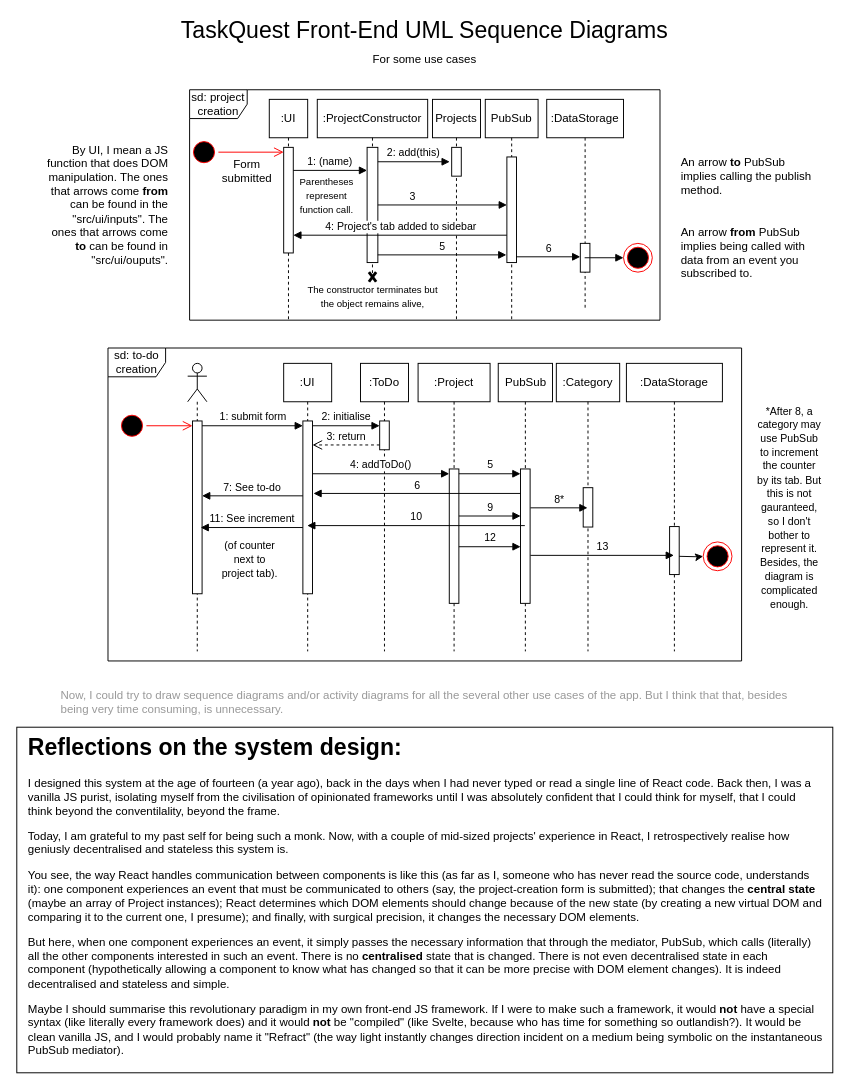
This is TaskQuest-UML-Sequence-Diagrams.drawio from Ariel-Mutebi/Denarius, a draw.io file, before an edit. Source tidied: cells renumbered, new cells numbered last; positions are measured from the earlier drawing's top-left corner, leaving out a move shared by most shapes. Both pictures are drawn from the tidied source at 96%, with x=0, y=0 at pixel (16, 16).
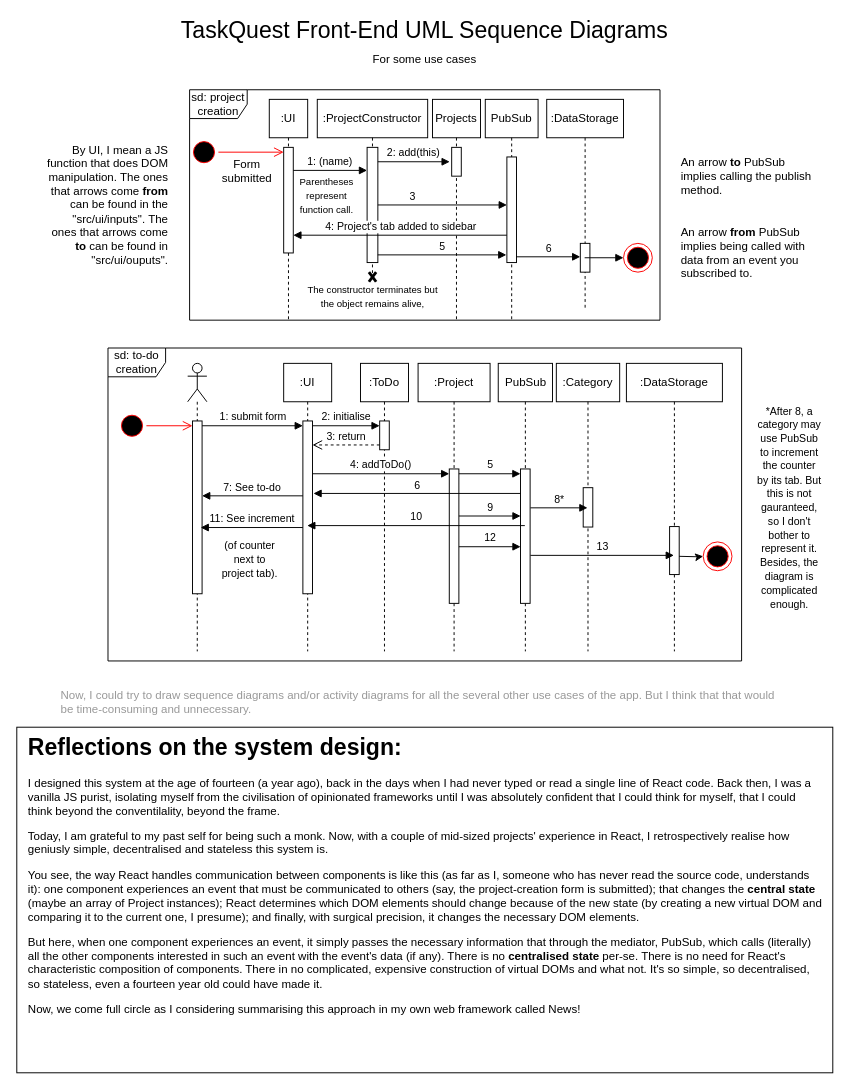
The same page after the edit.

Commit message (it also covers changes not shown here):
Activity Diagrams detailing the data storage system I am yet to implement

Edits to comment on sequence diagrams

What changed in the source:
```diff
@@
-    <mxCell id="66" value="&lt;font color=&quot;#999999&quot;&gt;Now, I could try to draw sequence diagrams and/or activity diagrams for all the several other use cases of the app. But I think that that, besides being very time consuming, is unnecessary.&lt;/font&gt;" style="text;html=1;align=left;verticalAlign=middle;whiteSpace=wrap;rounded=0;" parent="1" vertex="1">
+    <mxCell id="66" value="&lt;font color=&quot;#999999&quot;&gt;Now, I could try to draw sequence diagrams and/or activity diagrams for all the several other use cases of the app. But I think that that would be time-consuming and unnecessary.&lt;/font&gt;" style="text;html=1;align=left;verticalAlign=middle;whiteSpace=wrap;rounded=0;" parent="1" vertex="1">
       <mxGeometry x="44" y="698" width="762" height="32" as="geometry" />
     </mxCell>
@@
-    <mxCell id="68" value="&lt;h1 style=&quot;margin-top: 0px;&quot;&gt;Reflections on the system design:&lt;/h1&gt;&lt;p&gt;I designed this system at the age of fourteen (a year ago), back in the days when I had never typed or read a single line of React code. Back then, I was a vanilla JS purist, isolating myself from the civilisation of opinionated frameworks until I was absolutely confident that I could think for myself, that I could think beyond the conventilality, beyond the frame.&lt;br&gt;&lt;/p&gt;&lt;p&gt;Today, I am grateful to my past self for being such a monk. Now, with a couple of mid-sized projects' experience in React, I retrospectively realise how geniusly decentralised and stateless this system is.&lt;/p&gt;&lt;p&gt;You see, the way React handles communication between components is like this (as far as I, someone who has never read the source code, understands it): one component experiences an event that must be communicated to others (say, the project-creation form is submitted); that changes the &lt;b&gt;central state &lt;/b&gt;(maybe an array of Project instances); React determines which DOM elements should change because of the new state (by creating a new virtual DOM and comparing it to the current one, I presume); and finally, with surgical precision, it changes the necessary DOM elements.&lt;/p&gt;&lt;p&gt;But here, when one component experiences an event, it simply passes the necessary information that through the mediator, PubSub, which calls (literally) all the other components interested in such an event. There is no &lt;b&gt;centralised&lt;/b&gt; state that is changed. There is not even decentralised state in each component (hypothetically allowing a component to know what has changed so that it can be more precise with DOM element changes). It is indeed decentralised and stateless and simple.&lt;/p&gt;&lt;p&gt;Maybe I should summarise this revolutionary paradigm in my own front-end JS framework. If I were to make such a framework, it would &lt;b&gt;not&lt;/b&gt;&amp;nbsp;have a special syntax (like literally every framework does) and it would &lt;b&gt;not&lt;/b&gt; be &quot;compiled&quot; (like Svelte, because who has time for something so outlandish?). It would be clean vanilla JS, and I would probably name it &quot;Refract&quot; (the way light instantly changes direction incident on a medium being symbolic on the instantaneous PubSub mediator).&lt;/p&gt;" style="text;html=1;whiteSpace=wrap;overflow=hidden;rounded=0;" parent="1" vertex="1">
+    <mxCell id="68" value="&lt;h1 style=&quot;margin-top: 0px;&quot;&gt;Reflections on the system design:&lt;/h1&gt;&lt;p&gt;I designed this system at the age of fourteen (a year ago), back in the days when I had never typed or read a single line of React code. Back then, I was a vanilla JS purist, isolating myself from the civilisation of opinionated frameworks until I was absolutely confident that I could think for myself, that I could think beyond the conventilality, beyond the frame.&lt;br&gt;&lt;/p&gt;&lt;p&gt;Today, I am grateful to my past self for being such a monk. Now, with a couple of mid-sized projects' experience in React, I retrospectively realise how geniusly simple, decentralised and stateless this system is.&lt;/p&gt;&lt;p&gt;You see, the way React handles communication between components is like this (as far as I, someone who has never read the source code, understands it): one component experiences an event that must be communicated to others (say, the project-creation form is submitted); that changes the &lt;b&gt;central state &lt;/b&gt;(maybe an array of Project instances); React determines which DOM elements should change because of the new state (by creating a new virtual DOM and comparing it to the current one, I presume); and finally, with surgical precision, it changes the necessary DOM elements.&lt;/p&gt;&lt;p&gt;But here, when one component experiences an event, it simply passes the necessary information that through the mediator, PubSub, which calls (literally) all the other components interested in such an event with the event's data (if any). There is no &lt;b&gt;centralised&lt;/b&gt; &lt;b&gt;state&lt;/b&gt; per-se. There is no need for React's characteristic composition of components. There in no complicated, expensive construction of virtual DOMs and what not. It's so simple, so decentralised, so stateless, even a fourteen year old could have made it.&lt;/p&gt;&lt;p&gt;Now, we come full circle as I considering summarising this approach in my own web framework called News!&lt;/p&gt;" style="text;html=1;whiteSpace=wrap;overflow=hidden;rounded=0;" parent="1" vertex="1">
       <mxGeometry x="10" y="740" width="830" height="350" as="geometry" />
     </mxCell>
```
